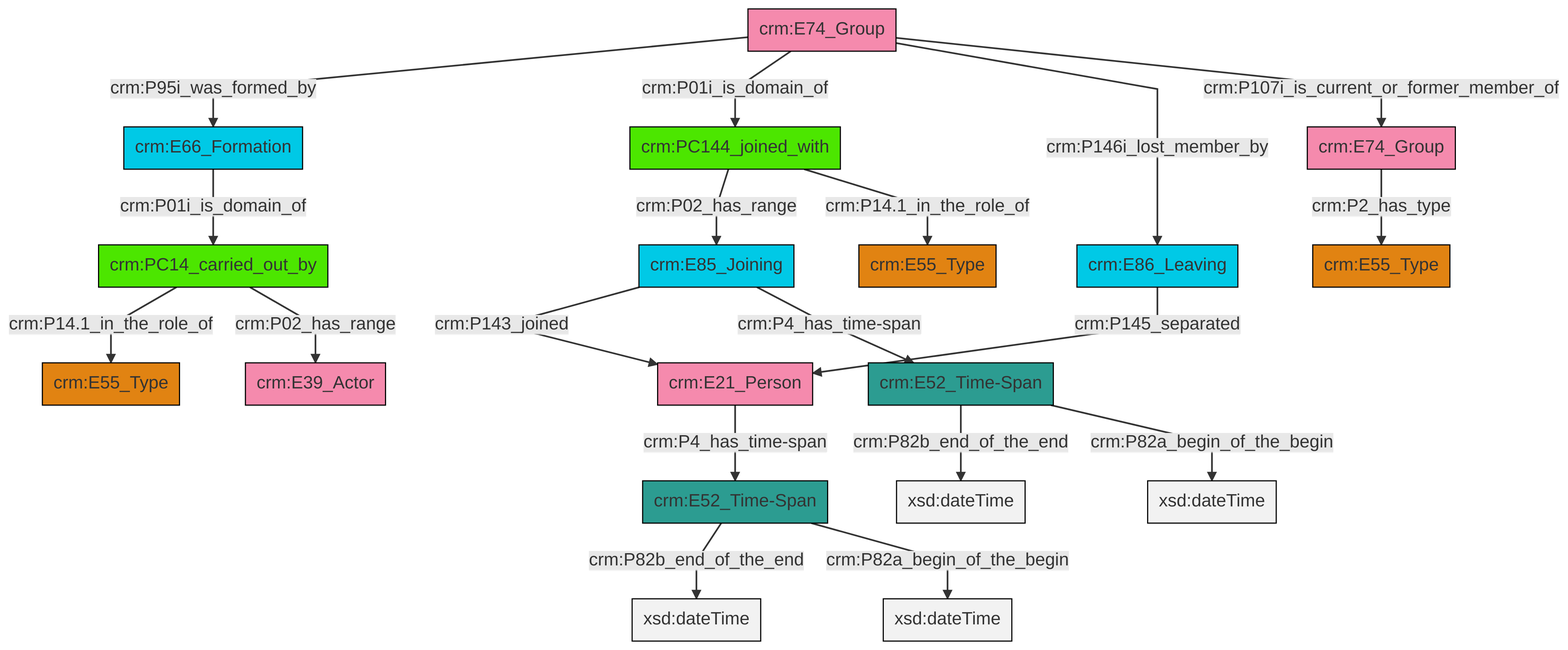
Before: et/groupCSV/ttl/mmd/png/group_actor_relations.png, a diagram exported from Mermaid (swiss-art-research-net/docs.swissartresearch). Its source is kept beside it as et/groupCSV/ttl/mmd/group_actor_relations.ttl.mmd.
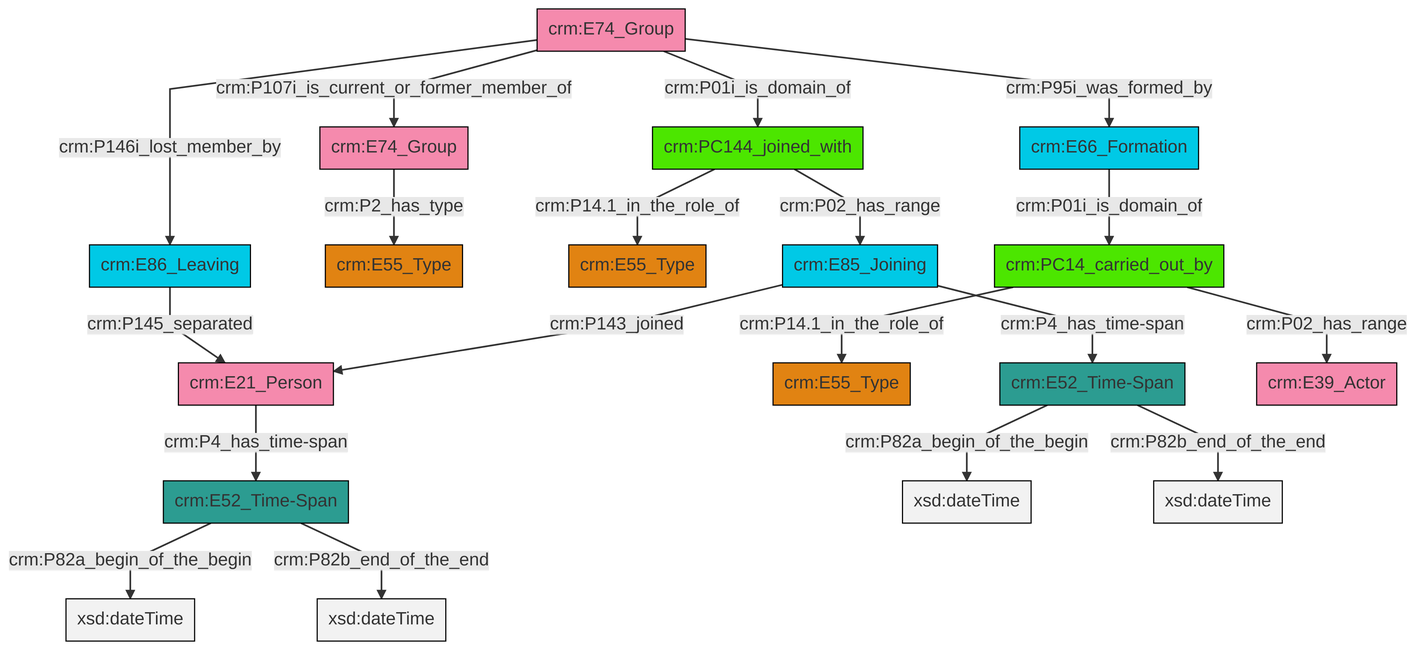
After the commit.

Diff of the diagram source:
```diff
@@ -13,21 +13,21 @@
 classDef PC_Classes fill:#4ce600, stroke:#000000;
 classDef Multi fill:#cccccc,stroke:#000000;
 
-0["crm:E52_Time-Span"]:::Time-Span -->|crm:P82b_end_of_the_end| 1[xsd:dateTime]:::Literal
-3["crm:E74_Group"]:::Actor -->|crm:P95i_was_formed_by| 4["crm:E66_Formation"]:::Temporal_Entity
+2["crm:E21_Person"]:::Actor -->|crm:P4_has_time-span| 3["crm:E52_Time-Span"]:::Time-Span
+4["crm:E66_Formation"]:::Temporal_Entity -->|crm:P01i_is_domain_of| 5["crm:PC14_carried_out_by"]:::PC_Classes
 5["crm:PC14_carried_out_by"]:::PC_Classes -->|crm:P14.1_in_the_role_of| 6["crm:E55_Type"]:::Type
-9["crm:PC144_joined_with"]:::PC_Classes -->|crm:P02_has_range| 10["crm:E85_Joining"]:::Temporal_Entity
-11["crm:E52_Time-Span"]:::Time-Span -->|crm:P82b_end_of_the_end| 12[xsd:dateTime]:::Literal
-0["crm:E52_Time-Span"]:::Time-Span -->|crm:P82a_begin_of_the_begin| 13[xsd:dateTime]:::Literal
-5["crm:PC14_carried_out_by"]:::PC_Classes -->|crm:P02_has_range| 16["crm:E39_Actor"]:::Actor
-9["crm:PC144_joined_with"]:::PC_Classes -->|crm:P14.1_in_the_role_of| 19["crm:E55_Type"]:::Type
-7["crm:E21_Person"]:::Actor -->|crm:P4_has_time-span| 0["crm:E52_Time-Span"]:::Time-Span
-10["crm:E85_Joining"]:::Temporal_Entity -->|crm:P143_joined| 7["crm:E21_Person"]:::Actor
-3["crm:E74_Group"]:::Actor -->|crm:P01i_is_domain_of| 9["crm:PC144_joined_with"]:::PC_Classes
-25["crm:E74_Group"]:::Actor -->|crm:P2_has_type| 17["crm:E55_Type"]:::Type
-11["crm:E52_Time-Span"]:::Time-Span -->|crm:P82a_begin_of_the_begin| 26[xsd:dateTime]:::Literal
-10["crm:E85_Joining"]:::Temporal_Entity -->|crm:P4_has_time-span| 11["crm:E52_Time-Span"]:::Time-Span
-3["crm:E74_Group"]:::Actor -->|crm:P146i_lost_member_by| 23["crm:E86_Leaving"]:::Temporal_Entity
-23["crm:E86_Leaving"]:::Temporal_Entity -->|crm:P145_separated| 7["crm:E21_Person"]:::Actor
-3["crm:E74_Group"]:::Actor -->|crm:P107i_is_current_or_former_member_of| 25["crm:E74_Group"]:::Actor
-4["crm:E66_Formation"]:::Temporal_Entity -->|crm:P01i_is_domain_of| 5["crm:PC14_carried_out_by"]:::PC_Classes
+10["crm:E52_Time-Span"]:::Time-Span -->|crm:P82a_begin_of_the_begin| 11[xsd:dateTime]:::Literal
+15["crm:E74_Group"]:::Actor -->|crm:P01i_is_domain_of| 0["crm:PC144_joined_with"]:::PC_Classes
+3["crm:E52_Time-Span"]:::Time-Span -->|crm:P82a_begin_of_the_begin| 16[xsd:dateTime]:::Literal
+10["crm:E52_Time-Span"]:::Time-Span -->|crm:P82b_end_of_the_end| 17[xsd:dateTime]:::Literal
+15["crm:E74_Group"]:::Actor -->|crm:P95i_was_formed_by| 4["crm:E66_Formation"]:::Temporal_Entity
+0["crm:PC144_joined_with"]:::PC_Classes -->|crm:P02_has_range| 23["crm:E85_Joining"]:::Temporal_Entity
+20["crm:E74_Group"]:::Actor -->|crm:P2_has_type| 8["crm:E55_Type"]:::Type
+3["crm:E52_Time-Span"]:::Time-Span -->|crm:P82b_end_of_the_end| 27[xsd:dateTime]:::Literal
+23["crm:E85_Joining"]:::Temporal_Entity -->|crm:P4_has_time-span| 10["crm:E52_Time-Span"]:::Time-Span
+23["crm:E85_Joining"]:::Temporal_Entity -->|crm:P143_joined| 2["crm:E21_Person"]:::Actor
+15["crm:E74_Group"]:::Actor -->|crm:P146i_lost_member_by| 25["crm:E86_Leaving"]:::Temporal_Entity
+0["crm:PC144_joined_with"]:::PC_Classes -->|crm:P14.1_in_the_role_of| 18["crm:E55_Type"]:::Type
+5["crm:PC14_carried_out_by"]:::PC_Classes -->|crm:P02_has_range| 13["crm:E39_Actor"]:::Actor
+15["crm:E74_Group"]:::Actor -->|crm:P107i_is_current_or_former_member_of| 20["crm:E74_Group"]:::Actor
+25["crm:E86_Leaving"]:::Temporal_Entity -->|crm:P145_separated| 2["crm:E21_Person"]:::Actor
```
